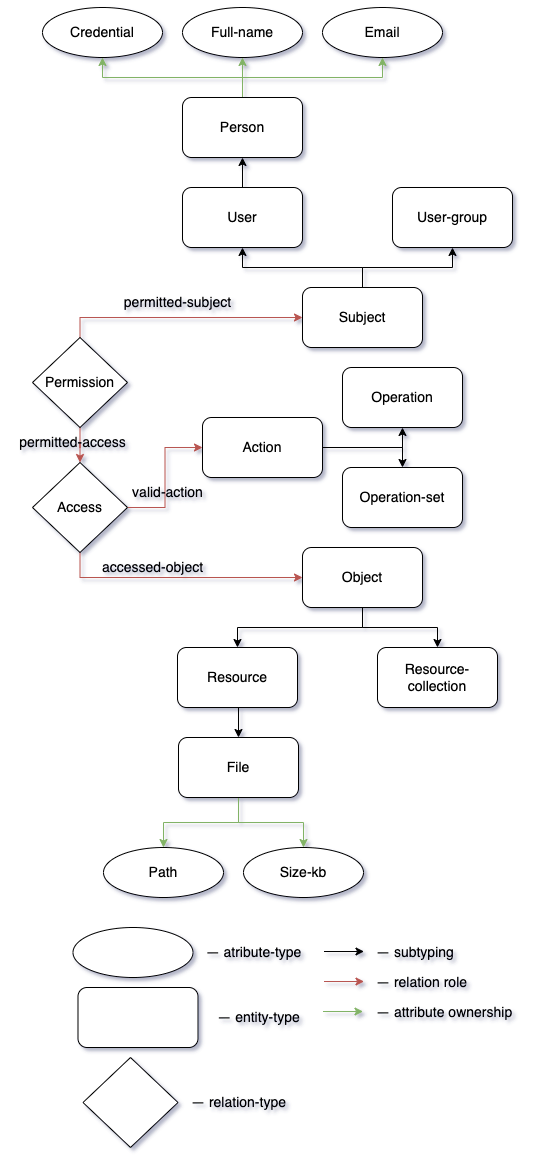
typedb/typedb-docs keeps this draw.io diagram as images/iam/simplified.png. Above is the earlier version. Source tidied: cells renumbered, new cells last; positions are measured from the earlier drawing's top-left corner, leaving out a move shared by most shapes.
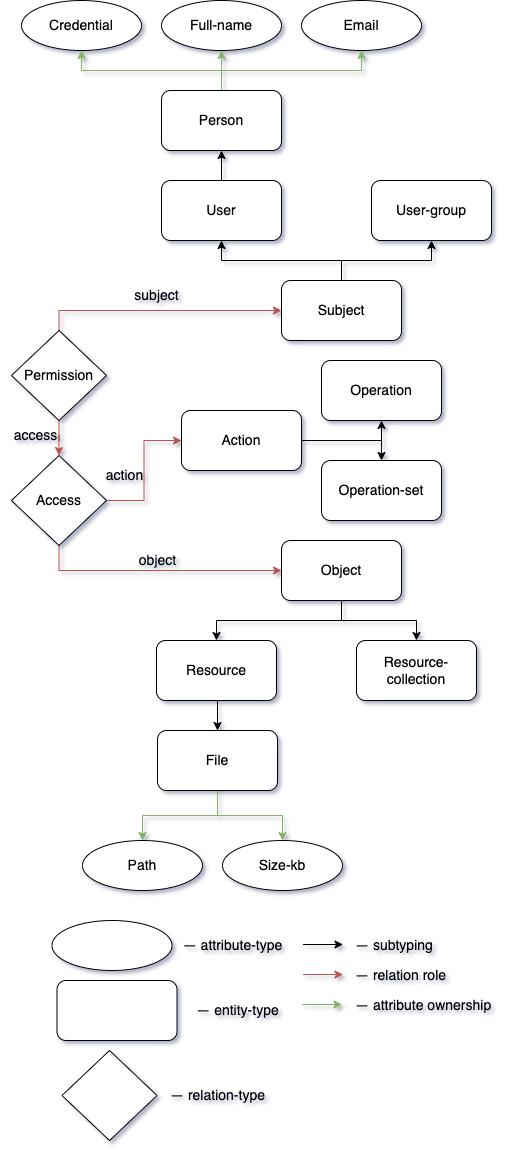
Later version of the same file.

Diff of the diagram source:
```diff
@@ -110,7 +110,7 @@
     <mxCell id="37" value="&amp;nbsp;" style="ellipse;whiteSpace=wrap;html=1;fontSize=14;" parent="1" vertex="1">
       <mxGeometry x="65.5" y="920" width="120" height="50" as="geometry" />
     </mxCell>
-    <mxCell id="38" value="— atribute-type" style="text;html=1;align=center;verticalAlign=middle;strokeColor=none;fillColor=none;fontSize=14;" parent="1" vertex="1">
+    <mxCell id="38" value="— attribute-type" style="text;html=1;align=center;verticalAlign=middle;strokeColor=none;fillColor=none;fontSize=14;" parent="1" vertex="1">
       <mxGeometry x="185.5" y="930" width="120" height="30" as="geometry" />
     </mxCell>
     <mxCell id="39" value="— entity-type" style="text;html=1;align=center;verticalAlign=middle;strokeColor=none;fillColor=none;fontSize=14;" parent="1" vertex="1">
@@ -152,17 +152,17 @@
     <mxCell id="48" value="— attribute ownership" style="text;html=1;align=left;verticalAlign=middle;strokeColor=none;fillColor=none;fontSize=14;" parent="1" vertex="1">
       <mxGeometry x="366.5" y="990" width="160" height="30" as="geometry" />
     </mxCell>
-    <mxCell id="49" value="accessed-object" style="text;html=1;align=center;verticalAlign=middle;strokeColor=none;fillColor=none;fontSize=14;" parent="1" vertex="1">
-      <mxGeometry x="85" y="545" width="120" height="30" as="geometry" />
+    <mxCell id="49" value="object" style="text;html=1;align=center;verticalAlign=middle;strokeColor=none;fillColor=none;fontSize=14;" parent="1" vertex="1">
+      <mxGeometry x="141" y="545" width="60" height="30" as="geometry" />
     </mxCell>
-    <mxCell id="50" value="valid-action" style="text;html=1;align=center;verticalAlign=middle;strokeColor=none;fillColor=none;fontSize=14;" parent="1" vertex="1">
-      <mxGeometry x="115" y="470" width="90" height="30" as="geometry" />
+    <mxCell id="50" value="action" style="text;html=1;align=center;verticalAlign=middle;strokeColor=none;fillColor=none;fontSize=14;" parent="1" vertex="1">
+      <mxGeometry x="108" y="460" width="60" height="30" as="geometry" />
     </mxCell>
-    <mxCell id="51" value="permitted-subject" style="text;html=1;align=center;verticalAlign=middle;strokeColor=none;fillColor=none;fontSize=14;" parent="1" vertex="1">
-      <mxGeometry x="105" y="280" width="130" height="30" as="geometry" />
+    <mxCell id="51" value="subject" style="text;html=1;align=center;verticalAlign=middle;strokeColor=none;fillColor=none;fontSize=14;" parent="1" vertex="1">
+      <mxGeometry x="135" y="280" width="70" height="30" as="geometry" />
     </mxCell>
-    <mxCell id="52" value="permitted-access" style="text;html=1;align=center;verticalAlign=middle;strokeColor=none;fillColor=none;fontSize=14;" parent="1" vertex="1">
-      <mxGeometry y="420" width="130" height="30" as="geometry" />
+    <mxCell id="52" value="access" style="text;html=1;align=center;verticalAlign=middle;strokeColor=none;fillColor=none;fontSize=14;" parent="1" vertex="1">
+      <mxGeometry x="14" y="420" width="70" height="30" as="geometry" />
     </mxCell>
   </root>
 </mxGraphModel>
```
